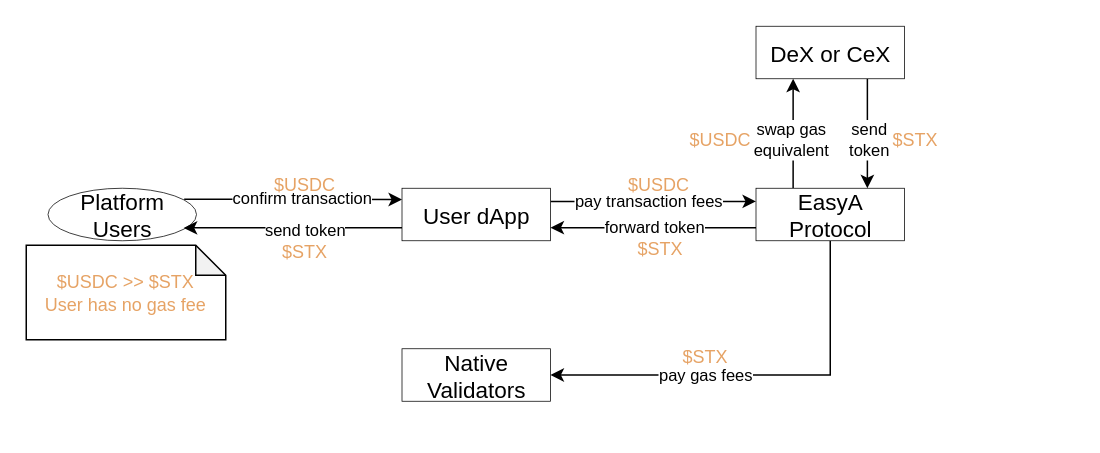
This is page "fee" (3 of 5) of assets/easy-a-mechanism.drawio.drawio from dlt-science/EasyA-Whitepaper, a draw.io file, before an edit. Source tidied: cells renumbered, new cells numbered last; positions are measured from the earlier drawing's top-left corner, leaving out a move shared by most shapes. Both pictures are drawn from the tidied source at 150%, with x=0, y=0 at pixel (26, 26).
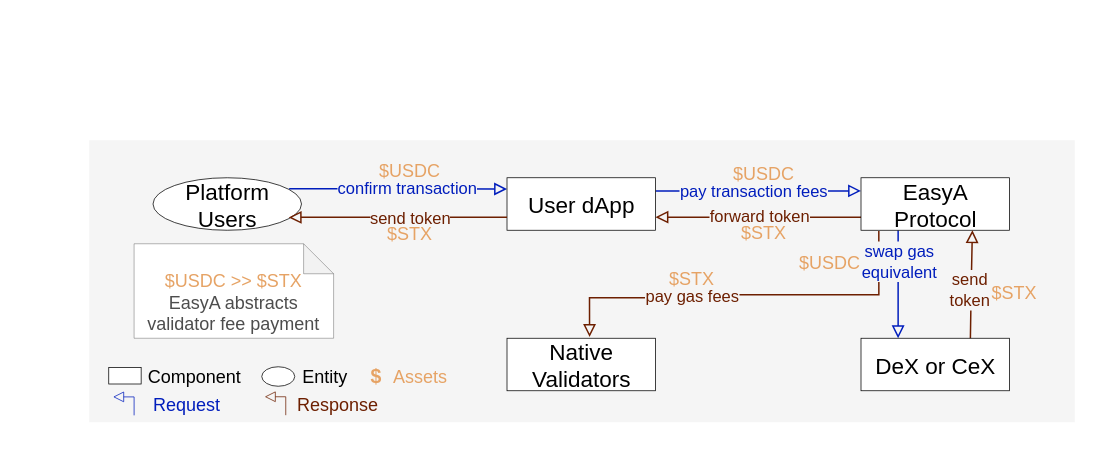
After the change.

The edit, as a diff of the source:
```diff
@@
+    <mxCell id="29" style="shape=folder;fontStyle=1;spacingTop=10;tabWidth=0;tabHeight=0;tabPosition=left;html=1;whiteSpace=wrap;fillColor=#F5F5F5;strokeColor=none;strokeWidth=0;" parent="1" vertex="1">
+      <mxGeometry x="42" y="76" width="657" height="188" as="geometry" />
+    </mxCell>
-    <mxCell id="2" value="&lt;div&gt;&lt;span style=&quot;color: rgb(230, 163, 101);&quot;&gt;&lt;br&gt;&lt;/span&gt;&lt;/div&gt;&lt;span style=&quot;color: rgb(230, 163, 101);&quot;&gt;$USDC &amp;gt;&amp;gt; $STX&lt;/span&gt;&lt;div&gt;&lt;span style=&quot;color: rgb(230, 163, 101);&quot;&gt;User has no gas fee&lt;/span&gt;&lt;/div&gt;&lt;div&gt;&lt;br&gt;&lt;/div&gt;" style="shape=note;whiteSpace=wrap;html=1;backgroundOutline=1;darkOpacity=0.05;size=20;" parent="1" vertex="1">
-      <mxGeometry y="146" width="133" height="63" as="geometry" />
+    <mxCell id="2" value="&lt;div&gt;&lt;span style=&quot;color: rgb(230, 163, 101);&quot;&gt;&lt;br&gt;&lt;/span&gt;&lt;/div&gt;&lt;span style=&quot;color: rgb(230, 163, 101);&quot;&gt;$USDC &amp;gt;&amp;gt; $STX&lt;/span&gt;&lt;div&gt;&lt;font style=&quot;color: rgb(77, 77, 77);&quot;&gt;EasyA abstracts validator fee payment&lt;/font&gt;&lt;/div&gt;" style="shape=note;whiteSpace=wrap;html=1;backgroundOutline=1;darkOpacity=0.05;size=20;strokeWidth=0.2;strokeColor=default;" parent="1" vertex="1">
+      <mxGeometry x="71.9" y="145" width="133" height="63" as="geometry" />
     </mxCell>
-    <mxCell id="3" style="edgeStyle=orthogonalEdgeStyle;rounded=0;jettySize=auto;html=1;entryX=0;entryY=0.5;entryDx=0;entryDy=0;exitX=0.917;exitY=0.208;exitDx=0;exitDy=0;exitPerimeter=0;" parent="1" edge="1" source="5">
+    <mxCell id="3" style="edgeStyle=orthogonalEdgeStyle;rounded=0;jettySize=auto;html=1;entryX=0;entryY=0.5;entryDx=0;entryDy=0;exitX=0.917;exitY=0.208;exitDx=0;exitDy=0;exitPerimeter=0;strokeColor=#001DBC;endArrow=block;endFill=0;" parent="1" edge="1" source="5">
       <mxGeometry relative="1" as="geometry">
-        <mxPoint x="250.5" y="115.5" as="targetPoint" />
+        <mxPoint x="320.5" y="108.5" as="targetPoint" />
       </mxGeometry>
     </mxCell>
-    <mxCell id="4" value="confirm transaction" style="edgeLabel;html=1;align=center;verticalAlign=middle;" parent="3" vertex="1">
+    <mxCell id="4" value="&lt;font style=&quot;color: rgb(0, 29, 188);&quot;&gt;confirm transaction&lt;/font&gt;" style="edgeLabel;html=1;align=center;verticalAlign=middle;labelBackgroundColor=#F5F5F5;" parent="3" vertex="1">
       <mxGeometry x="-0.51" y="-1" relative="1" as="geometry">
         <mxPoint x="42" y="-2" as="offset" />
       </mxGeometry>
     </mxCell>
     <mxCell id="5" value="&lt;div&gt;&lt;span style=&quot;font-size: 15px; text-wrap-mode: nowrap; background-color: transparent; color: light-dark(rgb(0, 0, 0), rgb(255, 255, 255));&quot;&gt;Platform&lt;/span&gt;&lt;/div&gt;&lt;span style=&quot;font-size: 15px; text-wrap-mode: nowrap; background-color: transparent; color: light-dark(rgb(0, 0, 0), rgb(255, 255, 255));&quot;&gt;Users&lt;/span&gt;" style="ellipse;whiteSpace=wrap;html=1;strokeWidth=0.5;" parent="1" vertex="1">
-      <mxGeometry x="14.5" y="108" width="99" height="35" as="geometry" />
+      <mxGeometry x="84.5" y="101" width="99" height="35" as="geometry" />
     </mxCell>
-    <mxCell id="6" style="edgeStyle=orthogonalEdgeStyle;rounded=0;jettySize=auto;html=1;exitX=1;exitY=0.25;exitDx=0;exitDy=0;entryX=0;entryY=0.25;entryDx=0;entryDy=0;" parent="1" edge="1" source="8" target="15">
+    <mxCell id="6" style="edgeStyle=orthogonalEdgeStyle;rounded=0;jettySize=auto;html=1;exitX=1;exitY=0.25;exitDx=0;exitDy=0;entryX=0;entryY=0.25;entryDx=0;entryDy=0;strokeColor=#001DBC;endArrow=block;endFill=0;" parent="1" edge="1" source="8" target="15">
       <mxGeometry relative="1" as="geometry" />
     </mxCell>
-    <mxCell id="7" value="pay transaction fees" style="edgeLabel;html=1;align=center;verticalAlign=middle;" parent="6" vertex="1">
+    <mxCell id="7" value="pay transaction fees" style="edgeLabel;html=1;align=center;verticalAlign=middle;fontColor=#001DBC;labelBackgroundColor=#F5F5F5;" parent="6" vertex="1">
       <mxGeometry x="-0.67" relative="1" as="geometry">
         <mxPoint x="42" as="offset" />
       </mxGeometry>
     </mxCell>
     <mxCell id="8" value="&lt;div style=&quot;text-wrap-mode: nowrap;&quot;&gt;&lt;font style=&quot;font-size: 15px;&quot; face=&quot;Helvetica&quot;&gt;User dApp&lt;/font&gt;&lt;/div&gt;" style="html=1;whiteSpace=wrap;strokeWidth=0.5;" parent="1" vertex="1">
-      <mxGeometry x="250.5" y="108" width="99" height="35" as="geometry" />
+      <mxGeometry x="320.5" y="101" width="99" height="35" as="geometry" />
     </mxCell>
-    <mxCell id="9" style="edgeStyle=orthogonalEdgeStyle;rounded=0;jettySize=auto;html=1;exitX=0;exitY=0.75;exitDx=0;exitDy=0;entryX=1;entryY=0.75;entryDx=0;entryDy=0;" parent="1" edge="1" source="15" target="8">
+    <mxCell id="9" style="edgeStyle=orthogonalEdgeStyle;rounded=0;jettySize=auto;html=1;exitX=0;exitY=0.75;exitDx=0;exitDy=0;entryX=1;entryY=0.75;entryDx=0;entryDy=0;strokeColor=#6D1F00;endArrow=block;endFill=0;" parent="1" edge="1" source="15" target="8">
       <mxGeometry relative="1" as="geometry" />
     </mxCell>
-    <mxCell id="10" value="forward token" style="edgeLabel;html=1;align=center;verticalAlign=middle;" parent="9" vertex="1">
+    <mxCell id="10" value="forward token" style="edgeLabel;html=1;align=center;verticalAlign=middle;labelBackgroundColor=#F5F5F5;fontColor=#6D1F00;" parent="9" vertex="1">
       <mxGeometry x="0.2" y="2" relative="1" as="geometry">
         <mxPoint x="14" y="-3" as="offset" />
       </mxGeometry>
     </mxCell>
-    <mxCell id="11" style="edgeStyle=orthogonalEdgeStyle;rounded=0;jettySize=auto;html=1;exitX=0.5;exitY=1;exitDx=0;exitDy=0;entryX=1;entryY=0.5;entryDx=0;entryDy=0;" parent="1" edge="1" source="15" target="23">
-      <mxGeometry relative="1" as="geometry" />
+    <mxCell id="11" style="edgeStyle=orthogonalEdgeStyle;rounded=0;jettySize=auto;html=1;exitX=0.12;exitY=1.012;exitDx=0;exitDy=0;entryX=0.556;entryY=-0.025;entryDx=0;entryDy=0;strokeColor=#6D1F00;exitPerimeter=0;entryPerimeter=0;endArrow=block;endFill=0;" parent="1" edge="1" source="15" target="23">
+      <mxGeometry relative="1" as="geometry">
+        <Array as="points">
+          <mxPoint x="568" y="179" />
+          <mxPoint x="420" y="179" />
+          <mxPoint x="420" y="181" />
+          <mxPoint x="376" y="181" />
+        </Array>
+      </mxGeometry>
     </mxCell>
-    <mxCell id="12" value="pay gas fees" style="edgeLabel;html=1;align=center;verticalAlign=middle;" parent="11" vertex="1">
+    <mxCell id="12" value="pay gas fees" style="edgeLabel;html=1;align=center;verticalAlign=middle;fontColor=#6D1F00;labelBackgroundColor=#F5F5F5;" parent="11" vertex="1">
       <mxGeometry x="0.01" y="1" relative="1" as="geometry">
         <mxPoint x="-34" y="-1" as="offset" />
       </mxGeometry>
     </mxCell>
-    <mxCell id="13" style="edgeStyle=orthogonalEdgeStyle;rounded=0;jettySize=auto;html=1;exitX=0.25;exitY=0;exitDx=0;exitDy=0;entryX=0.25;entryY=1;entryDx=0;entryDy=0;" parent="1" edge="1" source="15" target="22">
+    <mxCell id="13" style="edgeStyle=orthogonalEdgeStyle;rounded=0;jettySize=auto;html=1;exitX=0.25;exitY=1;exitDx=0;exitDy=0;entryX=0.25;entryY=0;entryDx=0;entryDy=0;strokeColor=#001DBC;endArrow=block;endFill=0;" parent="1" edge="1" source="15" target="22">
       <mxGeometry relative="1" as="geometry" />
     </mxCell>
-    <mxCell id="14" value="swap gas&lt;div&gt;equivalent&lt;/div&gt;" style="edgeLabel;html=1;align=center;verticalAlign=middle;" parent="13" vertex="1">
+    <mxCell id="14" value="swap gas&lt;div&gt;equivalent&lt;/div&gt;" style="edgeLabel;html=1;align=center;verticalAlign=middle;fontColor=#001DBC;labelBackgroundColor=#F5F5F5;" parent="13" vertex="1">
       <mxGeometry x="-0.27" y="1" relative="1" as="geometry">
         <mxPoint x="-1" y="-6" as="offset" />
       </mxGeometry>
     </mxCell>
     <mxCell id="15" value="&lt;div style=&quot;text-wrap-mode: nowrap;&quot;&gt;&lt;font style=&quot;font-size: 15px;&quot; face=&quot;Helvetica&quot;&gt;EasyA&lt;/font&gt;&lt;/div&gt;&lt;div style=&quot;text-wrap-mode: nowrap;&quot;&gt;&lt;font style=&quot;font-size: 15px;&quot; face=&quot;Helvetica&quot;&gt;Protocol&lt;/font&gt;&lt;/div&gt;" style="html=1;whiteSpace=wrap;strokeWidth=0.5;" parent="1" vertex="1">
-      <mxGeometry x="486.5" y="108" width="99" height="35" as="geometry" />
+      <mxGeometry x="556.5" y="101" width="99" height="35" as="geometry" />
     </mxCell>
     <mxCell id="16" value="&lt;font style=&quot;color: rgb(230, 163, 101);&quot;&gt;$USDC&lt;/font&gt;" style="text;html=1;align=center;verticalAlign=middle;whiteSpace=wrap;rounded=0;" parent="1" vertex="1">
-      <mxGeometry x="161.5" y="98" width="48" height="16" as="geometry" />
+      <mxGeometry x="231.5" y="89" width="48" height="16" as="geometry" />
     </mxCell>
-    <mxCell id="17" style="edgeStyle=orthogonalEdgeStyle;rounded=0;jettySize=auto;html=1;exitX=0;exitY=0.75;exitDx=0;exitDy=0;entryX=0.914;entryY=0.755;entryDx=0;entryDy=0;entryPerimeter=0;" parent="1" edge="1" source="8" target="5">
+    <mxCell id="17" style="edgeStyle=orthogonalEdgeStyle;rounded=0;jettySize=auto;html=1;exitX=0;exitY=0.75;exitDx=0;exitDy=0;entryX=0.914;entryY=0.755;entryDx=0;entryDy=0;entryPerimeter=0;strokeColor=#6D1F00;endArrow=block;endFill=0;" parent="1" edge="1" source="8" target="5">
       <mxGeometry relative="1" as="geometry" />
     </mxCell>
-    <mxCell id="18" value="send token" style="edgeLabel;html=1;align=center;verticalAlign=middle;" parent="17" vertex="1">
+    <mxCell id="18" value="send token" style="edgeLabel;html=1;align=center;verticalAlign=middle;labelBackgroundColor=#F5F5F5;fontColor=#6D1F00;" parent="17" vertex="1">
       <mxGeometry x="-0.15" y="1" relative="1" as="geometry">
-        <mxPoint x="-3" as="offset" />
+        <mxPoint x="-3" y="-1" as="offset" />
       </mxGeometry>
     </mxCell>
     <mxCell id="19" value="&lt;font style=&quot;color: rgb(230, 163, 101);&quot;&gt;$USDC&lt;/font&gt;" style="text;html=1;align=center;verticalAlign=middle;whiteSpace=wrap;rounded=0;" parent="1" vertex="1">
-      <mxGeometry x="397.5" y="98" width="48" height="16" as="geometry" />
+      <mxGeometry x="467.5" y="91" width="48" height="16" as="geometry" />
     </mxCell>
-    <mxCell id="20" style="edgeStyle=orthogonalEdgeStyle;rounded=0;jettySize=auto;html=1;exitX=0.75;exitY=1;exitDx=0;exitDy=0;entryX=0.75;entryY=0;entryDx=0;entryDy=0;" parent="1" edge="1" source="22" target="15">
-      <mxGeometry relative="1" as="geometry" />
+    <mxCell id="20" style="edgeStyle=orthogonalEdgeStyle;rounded=0;jettySize=auto;html=1;exitX=0.736;exitY=0.006;exitDx=0;exitDy=0;entryX=0.75;entryY=1;entryDx=0;entryDy=0;strokeColor=#6D1F00;exitPerimeter=0;endArrow=block;endFill=0;" parent="1" edge="1" source="22" target="15">
+      <mxGeometry relative="1" as="geometry">
+        <Array as="points">
+          <mxPoint x="629" y="210" />
+          <mxPoint x="630" y="210" />
+          <mxPoint x="630" y="172" />
+          <mxPoint x="631" y="172" />
+        </Array>
+      </mxGeometry>
     </mxCell>
-    <mxCell id="21" value="send&lt;div&gt;token&lt;/div&gt;" style="edgeLabel;html=1;align=center;verticalAlign=middle;" parent="20" vertex="1">
+    <mxCell id="21" value="send&lt;div&gt;token&lt;/div&gt;" style="edgeLabel;html=1;align=center;verticalAlign=middle;labelBackgroundColor=#F5F5F5;fontColor=#6D1F00;" parent="20" vertex="1">
       <mxGeometry x="0.02" y="1" relative="1" as="geometry">
         <mxPoint y="3" as="offset" />
       </mxGeometry>
     </mxCell>
-    <mxCell id="22" value="&lt;div style=&quot;text-wrap-mode: nowrap;&quot;&gt;&lt;font style=&quot;font-size: 15px;&quot; face=&quot;Helvetica&quot;&gt;DeX or CeX&lt;/font&gt;&lt;/div&gt;" style="html=1;whiteSpace=wrap;strokeWidth=0.5;" parent="1" vertex="1">
-      <mxGeometry x="486.5" width="99" height="35" as="geometry" />
-    </mxCell>
     <mxCell id="23" value="&lt;div style=&quot;text-wrap-mode: nowrap;&quot;&gt;&lt;font style=&quot;font-size: 15px;&quot; face=&quot;Helvetica&quot;&gt;Native&lt;/font&gt;&lt;/div&gt;&lt;div style=&quot;text-wrap-mode: nowrap;&quot;&gt;&lt;font style=&quot;font-size: 15px;&quot; face=&quot;Helvetica&quot;&gt;Validators&lt;/font&gt;&lt;/div&gt;" style="html=1;whiteSpace=wrap;strokeWidth=0.5;" parent="1" vertex="1">
-      <mxGeometry x="250.5" y="215" width="99" height="35" as="geometry" />
+      <mxGeometry x="320.5" y="208" width="99" height="35" as="geometry" />
     </mxCell>
     <mxCell id="24" value="&lt;font style=&quot;color: rgb(230, 163, 101);&quot;&gt;$STX&lt;/font&gt;" style="text;html=1;align=center;verticalAlign=middle;whiteSpace=wrap;rounded=0;" parent="1" vertex="1">
-      <mxGeometry x="429" y="213" width="48" height="16" as="geometry" />
+      <mxGeometry x="419.5" y="161" width="48" height="16" as="geometry" />
     </mxCell>
     <mxCell id="25" value="&lt;font style=&quot;color: rgb(230, 163, 101);&quot;&gt;$STX&lt;/font&gt;" style="text;html=1;align=center;verticalAlign=middle;whiteSpace=wrap;rounded=0;" parent="1" vertex="1">
-      <mxGeometry x="161.5" y="143" width="48" height="16" as="geometry" />
+      <mxGeometry x="231.5" y="131" width="48" height="16" as="geometry" />
     </mxCell>
     <mxCell id="26" value="&lt;font style=&quot;color: rgb(230, 163, 101);&quot;&gt;$STX&lt;/font&gt;" style="text;html=1;align=center;verticalAlign=middle;whiteSpace=wrap;rounded=0;" parent="1" vertex="1">
-      <mxGeometry x="398.5" y="141" width="48" height="16" as="geometry" />
+      <mxGeometry x="467.5" y="130" width="48" height="16" as="geometry" />
     </mxCell>
     <mxCell id="27" value="&lt;font style=&quot;color: rgb(230, 163, 101);&quot;&gt;$USDC&lt;/font&gt;" style="text;html=1;align=center;verticalAlign=middle;whiteSpace=wrap;rounded=0;" parent="1" vertex="1">
-      <mxGeometry x="438.5" y="68" width="48" height="16" as="geometry" />
+      <mxGeometry x="512" y="150" width="48" height="16" as="geometry" />
     </mxCell>
     <mxCell id="28" value="&lt;font style=&quot;color: rgb(230, 163, 101);&quot;&gt;$STX&lt;/font&gt;" style="text;html=1;align=center;verticalAlign=middle;whiteSpace=wrap;rounded=0;" parent="1" vertex="1">
-      <mxGeometry x="569" y="68" width="48" height="16" as="geometry" />
+      <mxGeometry x="635" y="170" width="48" height="16" as="geometry" />
     </mxCell>
+    <mxCell id="30" value="&lt;font style=&quot;font-weight: normal; color: rgb(230, 163, 101); font-size: 12px;&quot;&gt;Assets&lt;/font&gt;" style="text;html=1;align=left;verticalAlign=middle;whiteSpace=wrap;rounded=0;strokeColor=none;fontSize=14;fontStyle=1;" parent="1" vertex="1">
+      <mxGeometry x="243.2" y="227.2" width="28.9" height="12" as="geometry" />
+    </mxCell>
+    <mxCell id="31" style="ellipse;whiteSpace=wrap;html=1;strokeWidth=0.5;" parent="1" vertex="1">
+      <mxGeometry x="157" y="227" width="22" height="13" as="geometry" />
+    </mxCell>
+    <mxCell id="32" style="html=1;whiteSpace=wrap;strokeWidth=0.5;" parent="1" vertex="1">
+      <mxGeometry x="55" y="227.5" width="21.6" height="11" as="geometry" />
+    </mxCell>
+    <mxCell id="33" value="&lt;span style=&quot;text-wrap-mode: wrap;&quot;&gt;&lt;font style=&quot;font-size: 12px;&quot;&gt;Component&lt;/font&gt;&lt;/span&gt;" style="text;html=1;align=center;verticalAlign=middle;strokeColor=none;fillColor=none;fontSize=14;" parent="1" vertex="1">
+      <mxGeometry x="71.9" y="218" width="80" height="29" as="geometry" />
+    </mxCell>
+    <mxCell id="34" value="&lt;span style=&quot;text-wrap-mode: wrap;&quot;&gt;&lt;font style=&quot;font-size: 12px;&quot;&gt;Entity&lt;/font&gt;&lt;/span&gt;" style="text;html=1;align=center;verticalAlign=middle;strokeColor=none;fillColor=none;fontSize=14;" parent="1" vertex="1">
+      <mxGeometry x="174.6" y="218.5" width="48" height="29" as="geometry" />
+    </mxCell>
+    <mxCell id="35" value="&lt;font style=&quot;font-size: 13px; color: rgb(230, 163, 101);&quot;&gt;$&lt;/font&gt;" style="text;html=1;align=left;verticalAlign=middle;whiteSpace=wrap;rounded=0;strokeColor=none;fontSize=14;fontStyle=1;" parent="1" vertex="1">
+      <mxGeometry x="228" y="226.8" width="9" height="12" as="geometry" />
+    </mxCell>
+    <mxCell id="22" value="&lt;div style=&quot;text-wrap-mode: nowrap;&quot;&gt;&lt;font style=&quot;font-size: 15px;&quot; face=&quot;Helvetica&quot;&gt;DeX or CeX&lt;/font&gt;&lt;/div&gt;" style="html=1;whiteSpace=wrap;strokeWidth=0.5;" parent="1" vertex="1">
+      <mxGeometry x="556.5" y="208" width="99" height="35" as="geometry" />
+    </mxCell>
+    <mxCell id="36" style="edgeStyle=orthogonalEdgeStyle;rounded=0;orthogonalLoop=1;jettySize=auto;html=1;entryX=0.699;entryY=-0.003;entryDx=0;entryDy=0;entryPerimeter=0;strokeColor=#001DBC;strokeWidth=0.5;endArrow=block;endFill=0;" parent="1" edge="1">
+      <mxGeometry relative="1" as="geometry">
+        <mxPoint x="71.9" y="259.4" as="sourcePoint" />
+        <mxPoint x="57.9" y="247.1" as="targetPoint" />
+        <Array as="points">
+          <mxPoint x="71.9" y="247.4" />
+        </Array>
+      </mxGeometry>
+    </mxCell>
+    <mxCell id="37" value="&lt;span&gt;&lt;font style=&quot;font-size: 12px; color: rgb(0, 29, 188);&quot;&gt;Request&lt;/font&gt;&lt;/span&gt;" style="text;html=1;align=left;verticalAlign=middle;whiteSpace=wrap;rounded=0;strokeColor=none;fontSize=14;fontColor=#FFB570;" parent="1" vertex="1">
+      <mxGeometry x="83" y="245" width="35" height="14" as="geometry" />
+    </mxCell>
+    <mxCell id="38" style="edgeStyle=orthogonalEdgeStyle;rounded=0;orthogonalLoop=1;jettySize=auto;html=1;entryX=0.699;entryY=-0.003;entryDx=0;entryDy=0;entryPerimeter=0;strokeColor=#6D1F00;strokeWidth=0.5;endArrow=block;endFill=0;" parent="1" edge="1">
+      <mxGeometry relative="1" as="geometry">
+        <mxPoint x="173" y="259.3" as="sourcePoint" />
+        <mxPoint x="159" y="247" as="targetPoint" />
+        <Array as="points">
+          <mxPoint x="173" y="247.3" />
+        </Array>
+      </mxGeometry>
+    </mxCell>
+    <mxCell id="39" value="&lt;font style=&quot;font-size: 12px; color: rgb(109, 31, 0);&quot;&gt;Response&lt;/font&gt;" style="text;html=1;align=left;verticalAlign=middle;whiteSpace=wrap;rounded=0;strokeColor=none;fontSize=14;fontColor=#FFB570;" parent="1" vertex="1">
+      <mxGeometry x="179" y="245" width="57" height="14" as="geometry" />
+    </mxCell>
```
